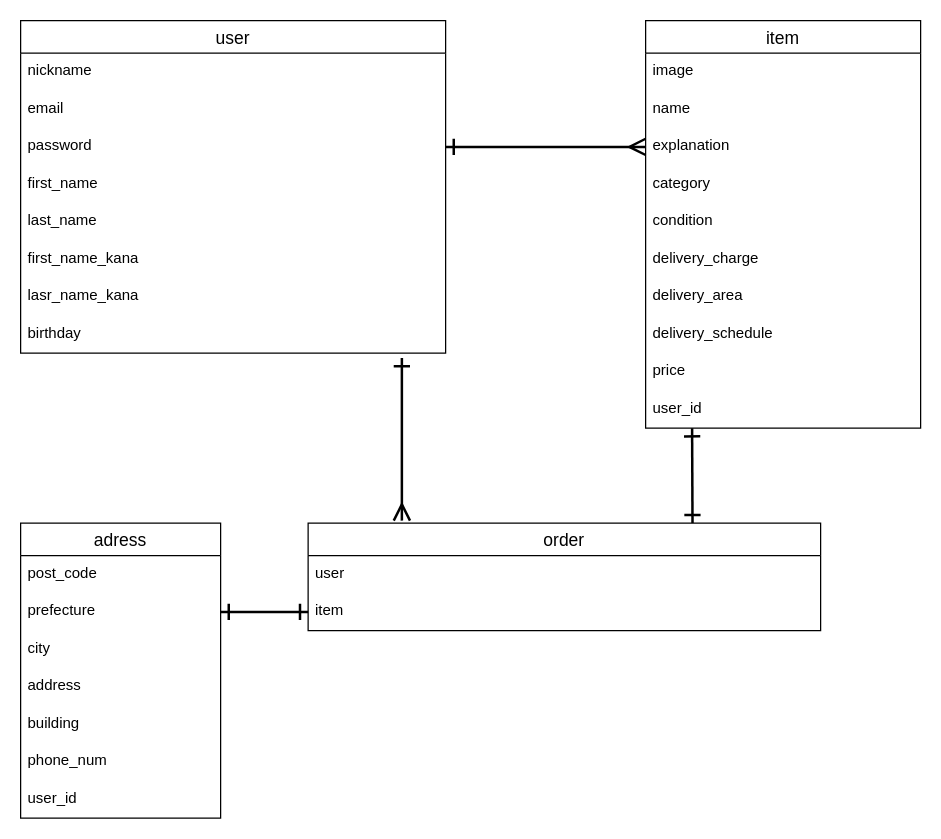
Before: ER.dio in HigeTurtle/furima-39642, a draw.io diagram. Source tidied: cells renumbered, new cells numbered last; positions are measured from the earlier drawing's top-left corner, leaving out a move shared by most shapes. Both pictures are drawn from the tidied source at 125%, with x=0, y=0 at pixel (20, 20).
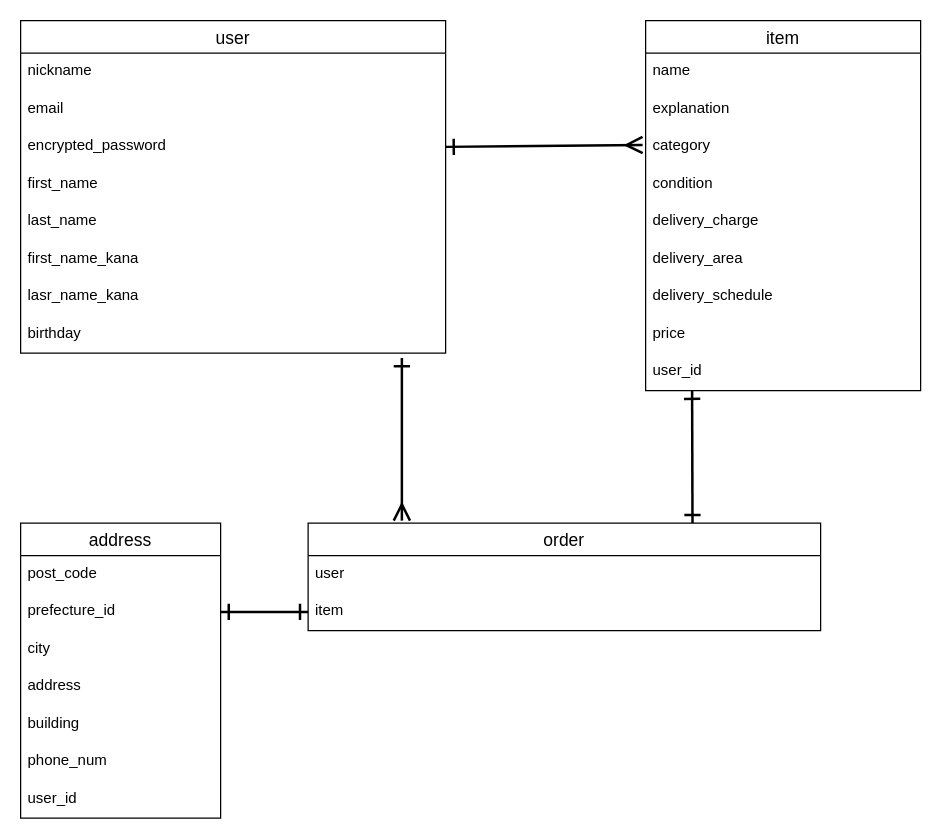
After the change.

Commit message (it also covers changes not shown here):
（修正）READMEへのテーブル記載

Unchanged cells that the change refers to:
```xml
<mxCell id="2" value="user" style="swimlane;fontStyle=0;horizontal=1;startSize=26;align=center;fontSize=14;" parent="1" vertex="1">
  <mxGeometry width="340" height="266" as="geometry" />
</mxCell>
```

The edit, as a diff of the source:
```diff
@@
-    <mxCell id="5" value="password" style="text;strokeColor=none;fillColor=none;spacingLeft=4;spacingRight=4;overflow=hidden;points=[[0,0.5],[1,0.5]];portConstraint=eastwest;fontSize=12;" parent="2" vertex="1">
+    <mxCell id="5" value="encrypted_password" style="text;strokeColor=none;fillColor=none;spacingLeft=4;spacingRight=4;overflow=hidden;points=[[0,0.5],[1,0.5]];portConstraint=eastwest;fontSize=12;" parent="2" vertex="1">
       <mxGeometry y="86" width="340" height="30" as="geometry" />
     </mxCell>
@@
     <mxCell id="11" value="item" style="swimlane;fontStyle=0;horizontal=1;startSize=26;align=center;fontSize=14;" parent="1" vertex="1">
-      <mxGeometry x="500" width="220" height="326" as="geometry" />
+      <mxGeometry x="500" width="220" height="296" as="geometry" />
     </mxCell>
-    <mxCell id="12" value="image" style="text;strokeColor=none;fillColor=none;spacingLeft=4;spacingRight=4;overflow=hidden;fontSize=12;" parent="11" vertex="1">
-      <mxGeometry y="26" width="220" height="30" as="geometry" />
-    </mxCell>
     <mxCell id="13" value="name" style="text;strokeColor=none;fillColor=none;spacingLeft=4;spacingRight=4;overflow=hidden;fontSize=12;" parent="11" vertex="1">
-      <mxGeometry y="56" width="220" height="30" as="geometry" />
+      <mxGeometry y="26" width="220" height="30" as="geometry" />
     </mxCell>
     <mxCell id="14" value="explanation" style="text;strokeColor=none;fillColor=none;spacingLeft=4;spacingRight=4;overflow=hidden;points=[[0,0.5],[1,0.5]];portConstraint=eastwest;fontSize=12;" parent="11" vertex="1">
-      <mxGeometry y="86" width="220" height="30" as="geometry" />
+      <mxGeometry y="56" width="220" height="30" as="geometry" />
     </mxCell>
     <mxCell id="15" value="category" style="text;strokeColor=none;fillColor=none;spacingLeft=4;spacingRight=4;overflow=hidden;points=[[0,0.5],[1,0.5]];portConstraint=eastwest;fontSize=12;" parent="11" vertex="1">
-      <mxGeometry y="116" width="220" height="30" as="geometry" />
+      <mxGeometry y="86" width="220" height="30" as="geometry" />
     </mxCell>
     <mxCell id="16" value="condition" style="text;strokeColor=none;fillColor=none;spacingLeft=4;spacingRight=4;overflow=hidden;fontSize=12;" parent="11" vertex="1">
-      <mxGeometry y="146" width="220" height="30" as="geometry" />
+      <mxGeometry y="116" width="220" height="30" as="geometry" />
     </mxCell>
     <mxCell id="17" value="delivery_charge&#10;&#10;" style="text;strokeColor=none;fillColor=none;spacingLeft=4;spacingRight=4;overflow=hidden;fontSize=12;" parent="11" vertex="1">
-      <mxGeometry y="176" width="220" height="30" as="geometry" />
+      <mxGeometry y="146" width="220" height="30" as="geometry" />
     </mxCell>
     <mxCell id="18" value="delivery_area&#10;" style="text;strokeColor=none;fillColor=none;spacingLeft=4;spacingRight=4;overflow=hidden;fontSize=12;" parent="11" vertex="1">
-      <mxGeometry y="206" width="220" height="30" as="geometry" />
+      <mxGeometry y="176" width="220" height="30" as="geometry" />
     </mxCell>
     <mxCell id="19" value="delivery_schedule&#10;&#10;&#10;&#10;&#10;" style="text;strokeColor=none;fillColor=none;spacingLeft=4;spacingRight=4;overflow=hidden;fontSize=12;" parent="11" vertex="1">
-      <mxGeometry y="236" width="220" height="30" as="geometry" />
+      <mxGeometry y="206" width="220" height="30" as="geometry" />
     </mxCell>
     <mxCell id="20" value="price" style="text;strokeColor=none;fillColor=none;spacingLeft=4;spacingRight=4;overflow=hidden;fontSize=12;" parent="11" vertex="1">
-      <mxGeometry y="266" width="220" height="30" as="geometry" />
+      <mxGeometry y="236" width="220" height="30" as="geometry" />
     </mxCell>
     <mxCell id="21" value="user_id" style="text;strokeColor=none;fillColor=none;spacingLeft=4;spacingRight=4;overflow=hidden;points=[[0,0.5],[1,0.5]];portConstraint=eastwest;fontSize=12;" parent="11" vertex="1">
-      <mxGeometry y="296" width="220" height="30" as="geometry" />
+      <mxGeometry y="266" width="220" height="30" as="geometry" />
     </mxCell>
-    <mxCell id="22" value="adress" style="swimlane;fontStyle=0;horizontal=1;startSize=26;align=center;fontSize=14;" parent="1" vertex="1">
+    <mxCell id="22" value="address" style="swimlane;fontStyle=0;horizontal=1;startSize=26;align=center;fontSize=14;" parent="1" vertex="1">
       <mxGeometry y="402" width="160" height="236" as="geometry" />
     </mxCell>
@@
-    <mxCell id="24" value="prefecture" style="text;strokeColor=none;fillColor=none;spacingLeft=4;spacingRight=4;overflow=hidden;points=[[0,0.5],[1,0.5]];portConstraint=eastwest;fontSize=12;" parent="22" vertex="1">
+    <mxCell id="24" value="prefecture_id" style="text;strokeColor=none;fillColor=none;spacingLeft=4;spacingRight=4;overflow=hidden;points=[[0,0.5],[1,0.5]];portConstraint=eastwest;fontSize=12;" parent="22" vertex="1">
       <mxGeometry y="56" width="160" height="30" as="geometry" />
     </mxCell>
@@
-    <mxCell id="35" style="edgeStyle=none;html=1;exitX=1;exitY=0.5;exitDx=0;exitDy=0;startArrow=ERone;startFill=0;endArrow=ERmany;endFill=0;strokeWidth=2;targetPerimeterSpacing=0;endSize=10;startSize=10;" parent="1" edge="1" source="5" target="14">
+    <mxCell id="35" style="edgeStyle=none;html=1;exitX=1;exitY=0.5;exitDx=0;exitDy=0;startArrow=ERone;startFill=0;endArrow=ERmany;endFill=0;strokeWidth=2;targetPerimeterSpacing=0;endSize=10;startSize=10;entryX=-0.011;entryY=0.449;entryDx=0;entryDy=0;entryPerimeter=0;" parent="1" edge="1" source="5" target="15">
       <mxGeometry relative="1" as="geometry" />
     </mxCell>
```
